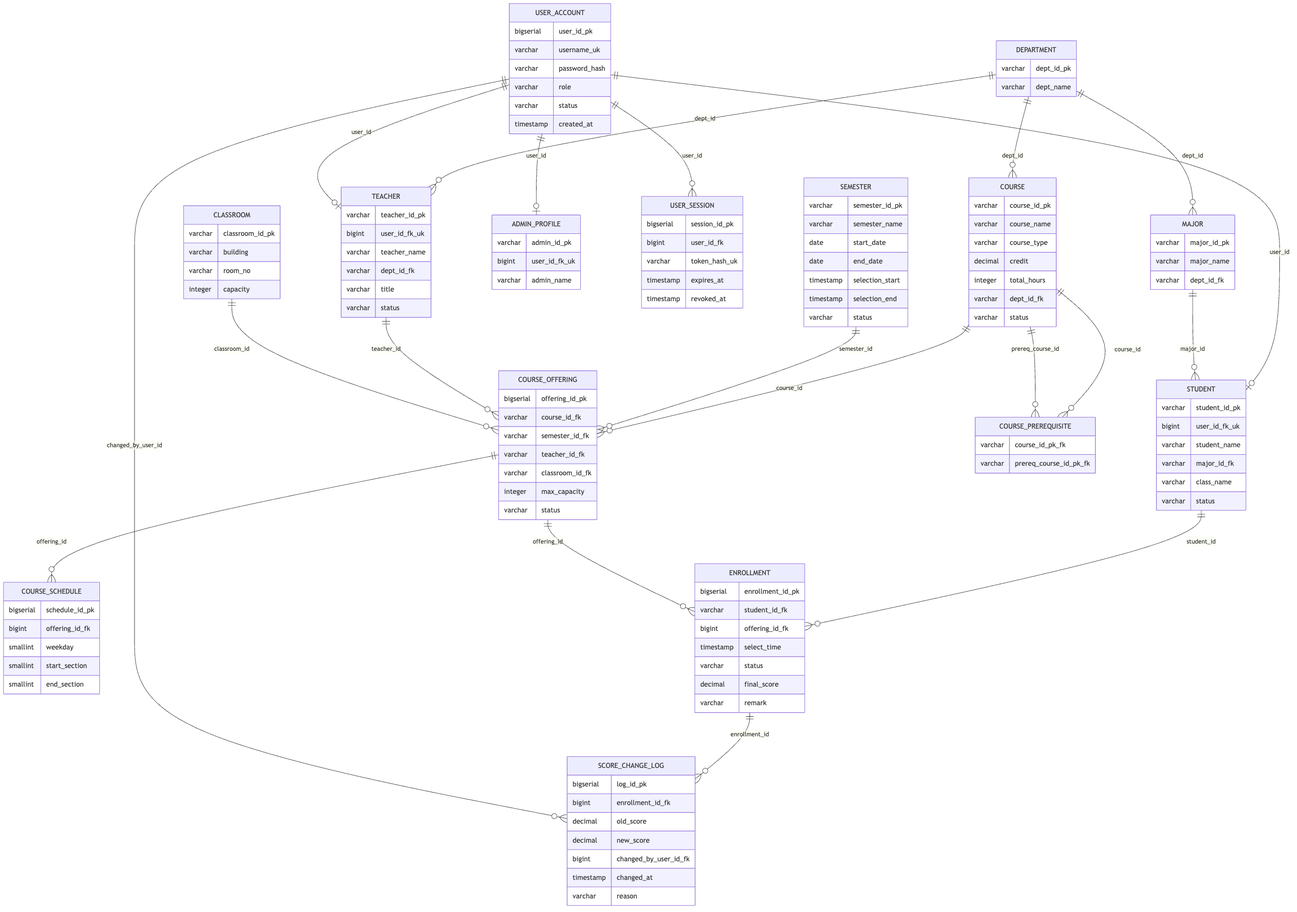
This is report/figures/er_logical.png from Y1m1ngLuuuuuuuuuuuuuuuuuu/DB_exp, a Mermaid export, as it was before one commit. Its source is kept beside it as report/diagrams/er_logical.mmd. Source of this version:
```mermaid
erDiagram
    DEPARTMENT ||--o{ MAJOR : "dept_id"
    DEPARTMENT ||--o{ TEACHER : "dept_id"
    DEPARTMENT ||--o{ COURSE : "dept_id"
    USER_ACCOUNT ||--o| STUDENT : "user_id"
    USER_ACCOUNT ||--o| TEACHER : "user_id"
    USER_ACCOUNT ||--o| ADMIN_PROFILE : "user_id"
    USER_ACCOUNT ||--o{ USER_SESSION : "user_id"
    MAJOR ||--o{ STUDENT : "major_id"
    COURSE ||--o{ COURSE_OFFERING : "course_id"
    SEMESTER ||--o{ COURSE_OFFERING : "semester_id"
    TEACHER ||--o{ COURSE_OFFERING : "teacher_id"
    CLASSROOM ||--o{ COURSE_OFFERING : "classroom_id"
    COURSE_OFFERING ||--o{ COURSE_SCHEDULE : "offering_id"
    STUDENT ||--o{ ENROLLMENT : "student_id"
    COURSE_OFFERING ||--o{ ENROLLMENT : "offering_id"
    COURSE ||--o{ COURSE_PREREQUISITE : "course_id"
    COURSE ||--o{ COURSE_PREREQUISITE : "prereq_course_id"
    ENROLLMENT ||--o{ SCORE_CHANGE_LOG : "enrollment_id"
    USER_ACCOUNT ||--o{ SCORE_CHANGE_LOG : "changed_by_user_id"

    DEPARTMENT {
        varchar dept_id_pk
        varchar dept_name
    }
    MAJOR {
        varchar major_id_pk
        varchar major_name
        varchar dept_id_fk
    }
    USER_ACCOUNT {
        bigserial user_id_pk
        varchar username_uk
        varchar password_hash
        varchar role
        varchar status
        timestamp created_at
    }
    USER_SESSION {
        bigserial session_id_pk
        bigint user_id_fk
        varchar token_hash_uk
        timestamp expires_at
        timestamp revoked_at
    }
    STUDENT {
        varchar student_id_pk
        bigint user_id_fk_uk
        varchar student_name
        varchar major_id_fk
        varchar class_name
        varchar status
    }
    TEACHER {
        varchar teacher_id_pk
        bigint user_id_fk_uk
        varchar teacher_name
        varchar dept_id_fk
        varchar title
        varchar status
    }
    ADMIN_PROFILE {
        varchar admin_id_pk
        bigint user_id_fk_uk
        varchar admin_name
    }
    SEMESTER {
        varchar semester_id_pk
        varchar semester_name
        date start_date
        date end_date
        timestamp selection_start
        timestamp selection_end
        varchar status
    }
    COURSE {
        varchar course_id_pk
        varchar course_name
        varchar course_type
        decimal credit
        integer total_hours
        varchar dept_id_fk
        varchar status
    }
    CLASSROOM {
        varchar classroom_id_pk
        varchar building
        varchar room_no
        integer capacity
    }
    COURSE_OFFERING {
        bigserial offering_id_pk
        varchar course_id_fk
        varchar semester_id_fk
        varchar teacher_id_fk
        varchar classroom_id_fk
        integer max_capacity
        varchar status
    }
    COURSE_SCHEDULE {
        bigserial schedule_id_pk
        bigint offering_id_fk
        smallint weekday
        smallint start_section
        smallint end_section
    }
    ENROLLMENT {
        bigserial enrollment_id_pk
        varchar student_id_fk
        bigint offering_id_fk
        timestamp select_time
        varchar status
        decimal final_score
        varchar remark
    }
    COURSE_PREREQUISITE {
        varchar course_id_pk_fk
        varchar prereq_course_id_pk_fk
    }
    SCORE_CHANGE_LOG {
        bigserial log_id_pk
        bigint enrollment_id_fk
        decimal old_score
        decimal new_score
        bigint changed_by_user_id_fk
        timestamp changed_at
        varchar reason
    }
```
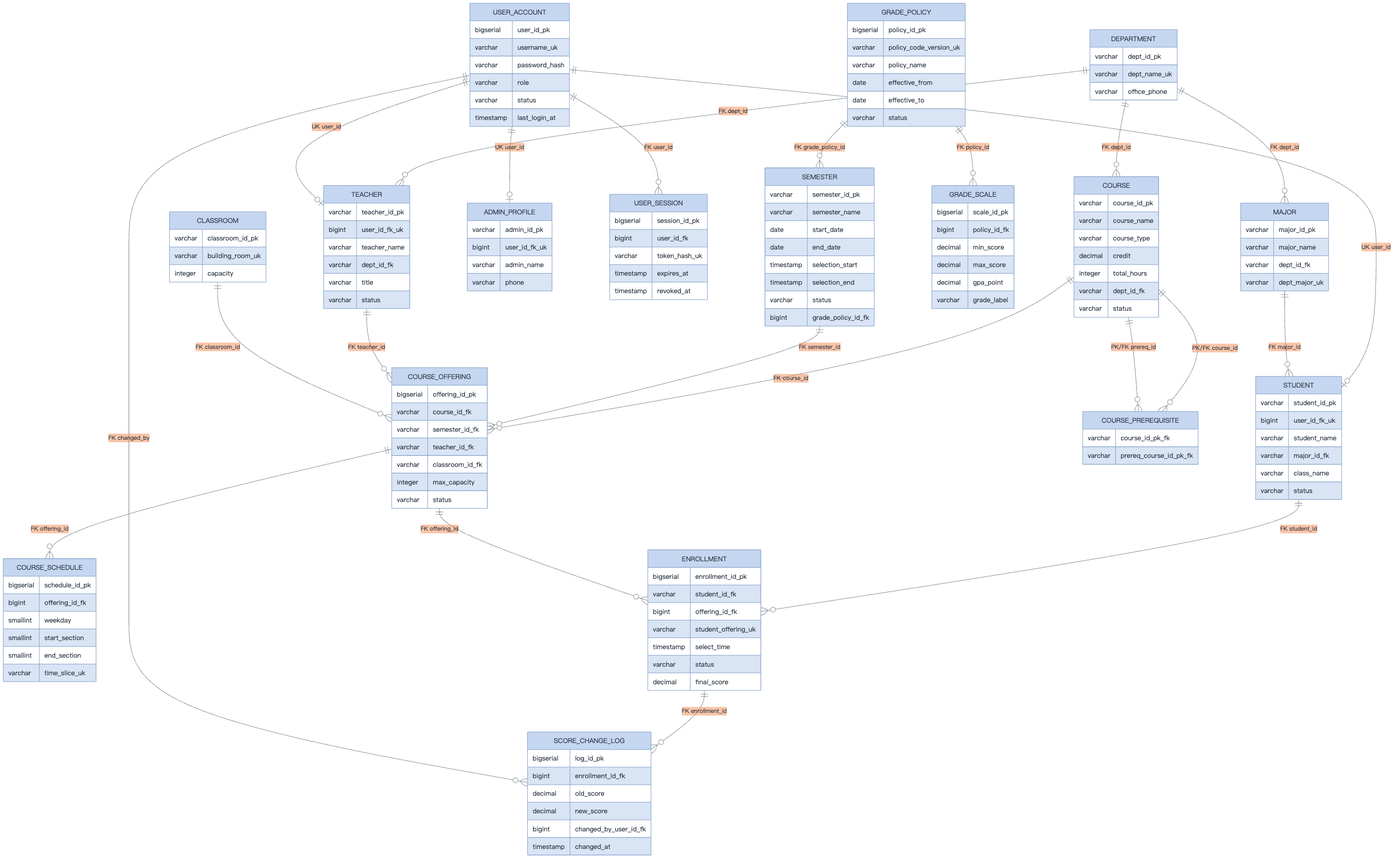
Above is the later version.

The edit, as a diff of the source:
```diff
@@ -1,41 +1,54 @@
+%%{init: {"theme": "base", "themeVariables": {"primaryColor": "#C5D6F0", "primaryTextColor": "#1F2937", "primaryBorderColor": "#7F9EC8", "lineColor": "#6B7280", "secondaryColor": "#A9CA70", "tertiaryColor": "#F18C54", "fontFamily": "PingFang SC, Noto Sans CJK SC, Arial"}}}%%
 erDiagram
-    DEPARTMENT ||--o{ MAJOR : "dept_id"
-    DEPARTMENT ||--o{ TEACHER : "dept_id"
-    DEPARTMENT ||--o{ COURSE : "dept_id"
-    USER_ACCOUNT ||--o| STUDENT : "user_id"
-    USER_ACCOUNT ||--o| TEACHER : "user_id"
-    USER_ACCOUNT ||--o| ADMIN_PROFILE : "user_id"
-    USER_ACCOUNT ||--o{ USER_SESSION : "user_id"
-    MAJOR ||--o{ STUDENT : "major_id"
-    COURSE ||--o{ COURSE_OFFERING : "course_id"
-    SEMESTER ||--o{ COURSE_OFFERING : "semester_id"
-    TEACHER ||--o{ COURSE_OFFERING : "teacher_id"
-    CLASSROOM ||--o{ COURSE_OFFERING : "classroom_id"
-    COURSE_OFFERING ||--o{ COURSE_SCHEDULE : "offering_id"
-    STUDENT ||--o{ ENROLLMENT : "student_id"
-    COURSE_OFFERING ||--o{ ENROLLMENT : "offering_id"
-    COURSE ||--o{ COURSE_PREREQUISITE : "course_id"
-    COURSE ||--o{ COURSE_PREREQUISITE : "prereq_course_id"
-    ENROLLMENT ||--o{ SCORE_CHANGE_LOG : "enrollment_id"
-    USER_ACCOUNT ||--o{ SCORE_CHANGE_LOG : "changed_by_user_id"
+    DEPARTMENT ||--o{ MAJOR : "FK dept_id"
+    DEPARTMENT ||--o{ TEACHER : "FK dept_id"
+    DEPARTMENT ||--o{ COURSE : "FK dept_id"
+
+    USER_ACCOUNT ||--o| STUDENT : "UK user_id"
+    USER_ACCOUNT ||--o| TEACHER : "UK user_id"
+    USER_ACCOUNT ||--o| ADMIN_PROFILE : "UK user_id"
+    USER_ACCOUNT ||--o{ USER_SESSION : "FK user_id"
+
+    MAJOR ||--o{ STUDENT : "FK major_id"
+
+    COURSE ||--o{ COURSE_OFFERING : "FK course_id"
+    GRADE_POLICY ||--o{ SEMESTER : "FK grade_policy_id"
+    GRADE_POLICY ||--o{ GRADE_SCALE : "FK policy_id"
+    SEMESTER ||--o{ COURSE_OFFERING : "FK semester_id"
+    TEACHER ||--o{ COURSE_OFFERING : "FK teacher_id"
+    CLASSROOM ||--o{ COURSE_OFFERING : "FK classroom_id"
+    COURSE_OFFERING ||--o{ COURSE_SCHEDULE : "FK offering_id"
+
+    STUDENT ||--o{ ENROLLMENT : "FK student_id"
+    COURSE_OFFERING ||--o{ ENROLLMENT : "FK offering_id"
+    ENROLLMENT ||--o{ SCORE_CHANGE_LOG : "FK enrollment_id"
+    USER_ACCOUNT ||--o{ SCORE_CHANGE_LOG : "FK changed_by"
+
+    COURSE ||--o{ COURSE_PREREQUISITE : "PK/FK course_id"
+    COURSE ||--o{ COURSE_PREREQUISITE : "PK/FK prereq_id"
 
     DEPARTMENT {
         varchar dept_id_pk
-        varchar dept_name
+        varchar dept_name_uk
+        varchar office_phone
     }
+
     MAJOR {
         varchar major_id_pk
         varchar major_name
         varchar dept_id_fk
+        varchar dept_major_uk
     }
+
     USER_ACCOUNT {
         bigserial user_id_pk
         varchar username_uk
         varchar password_hash
         varchar role
         varchar status
-        timestamp created_at
+        timestamp last_login_at
     }
+
     USER_SESSION {
         bigserial session_id_pk
         bigint user_id_fk
@@ -43,6 +56,7 @@
         timestamp expires_at
         timestamp revoked_at
     }
+
     STUDENT {
         varchar student_id_pk
         bigint user_id_fk_uk
@@ -51,6 +65,7 @@
         varchar class_name
         varchar status
     }
+
     TEACHER {
         varchar teacher_id_pk
         bigint user_id_fk_uk
@@ -59,11 +74,14 @@
         varchar title
         varchar status
     }
+
     ADMIN_PROFILE {
         varchar admin_id_pk
         bigint user_id_fk_uk
         varchar admin_name
+        varchar phone
     }
+
     SEMESTER {
         varchar semester_id_pk
         varchar semester_name
@@ -72,7 +90,27 @@
         timestamp selection_start
         timestamp selection_end
         varchar status
+        bigint grade_policy_id_fk
     }
+
+    GRADE_POLICY {
+        bigserial policy_id_pk
+        varchar policy_code_version_uk
+        varchar policy_name
+        date effective_from
+        date effective_to
+        varchar status
+    }
+
+    GRADE_SCALE {
+        bigserial scale_id_pk
+        bigint policy_id_fk
+        decimal min_score
+        decimal max_score
+        decimal gpa_point
+        varchar grade_label
+    }
+
     COURSE {
         varchar course_id_pk
         varchar course_name
@@ -82,12 +120,13 @@
         varchar dept_id_fk
         varchar status
     }
+
     CLASSROOM {
         varchar classroom_id_pk
-        varchar building
-        varchar room_no
+        varchar building_room_uk
         integer capacity
     }
+
     COURSE_OFFERING {
         bigserial offering_id_pk
         varchar course_id_fk
@@ -97,26 +136,31 @@
         integer max_capacity
         varchar status
     }
+
     COURSE_SCHEDULE {
         bigserial schedule_id_pk
         bigint offering_id_fk
         smallint weekday
         smallint start_section
         smallint end_section
+        varchar time_slice_uk
     }
+
     ENROLLMENT {
         bigserial enrollment_id_pk
         varchar student_id_fk
         bigint offering_id_fk
+        varchar student_offering_uk
         timestamp select_time
         varchar status
         decimal final_score
-        varchar remark
     }
+
     COURSE_PREREQUISITE {
         varchar course_id_pk_fk
         varchar prereq_course_id_pk_fk
     }
+
     SCORE_CHANGE_LOG {
         bigserial log_id_pk
         bigint enrollment_id_fk
@@ -124,5 +168,4 @@
         decimal new_score
         bigint changed_by_user_id_fk
         timestamp changed_at
-        varchar reason
     }
```
